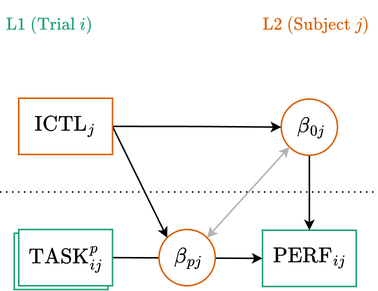
This is diagrams/repeated_measures2.png from jmgirard/psyc894, a draw.io export, as it was before one commit. Source tidied: cells renumbered, new cells last; positions are measured from the earlier drawing's top-left corner, leaving out a move shared by most shapes. Source of this version:
```xml
<mxGraphModel math="1">
  <root>
    <mxCell id="0" />
    <mxCell id="1" parent="0" />
    <mxCell id="2" style="rounded=0;whiteSpace=wrap;html=1;fontSize=12;strokeWidth=1;fontFamily=Lucida Console;strokeColor=#1B9E77;" parent="1" vertex="1">
      <mxGeometry x="9.5" y="152.5" width="62.5" height="37.5" as="geometry" />
    </mxCell>
    <mxCell id="3" value="$$\text{PERF}_{ij}$$" style="rounded=0;whiteSpace=wrap;html=1;fontSize=12;strokeWidth=1;fontFamily=Lucida Console;strokeColor=#1B9E77;" parent="1" vertex="1">
      <mxGeometry x="175" y="150.5" width="62.5" height="37.5" as="geometry" />
    </mxCell>
    <mxCell id="4" style="edgeStyle=orthogonalEdgeStyle;rounded=0;jettySize=auto;html=1;entryX=0.5;entryY=0;entryDx=0;entryDy=0;strokeWidth=1;strokeColor=#000000;startSize=4;endSize=4;" parent="1" edge="1" source="6" target="3">
      <mxGeometry relative="1" as="geometry" />
    </mxCell>
    <mxCell id="5" style="endArrow=none;dashed=1;html=1;dashPattern=1 3;strokeWidth=1;rounded=0;" parent="1" edge="1">
      <mxGeometry relative="1" as="geometry">
        <mxPoint y="125" as="sourcePoint" />
        <mxPoint x="250" y="125" as="targetPoint" />
      </mxGeometry>
    </mxCell>
    <mxCell id="6" value="$$\beta_{0j}$$" style="ellipse;whiteSpace=wrap;html=1;strokeWidth=1;strokeColor=#D95F02;fontSize=12;fontFamily=Lucida Console;" parent="1" vertex="1">
      <mxGeometry x="187.5" y="63" width="37.5" height="37.5" as="geometry" />
    </mxCell>
    <mxCell id="7" value="$$\text{L2 (Subject }j)$$" style="text;html=1;whiteSpace=wrap;strokeColor=none;fillColor=none;align=right;verticalAlign=middle;rounded=0;fontSize=10;fontColor=#D95F02;" parent="1" vertex="1">
      <mxGeometry x="125" width="125" height="25" as="geometry" />
    </mxCell>
    <mxCell id="8" value="$$\text{L1 (Trial }i)$$" style="text;html=1;whiteSpace=wrap;strokeColor=none;fillColor=none;align=left;verticalAlign=middle;rounded=0;fontSize=10;fontColor=#1B9E77;" parent="1" vertex="1">
      <mxGeometry width="125" height="25" as="geometry" />
    </mxCell>
    <mxCell id="9" style="rounded=0;jettySize=auto;html=1;exitX=1;exitY=0.5;exitDx=0;exitDy=0;entryX=0;entryY=0.5;entryDx=0;entryDy=0;startSize=4;endSize=4;" parent="1" edge="1" source="10" target="3">
      <mxGeometry relative="1" as="geometry" />
    </mxCell>
    <mxCell id="10" value="$$\text{TASK}_{ij}^p$$" style="rounded=0;whiteSpace=wrap;html=1;fontSize=12;strokeWidth=1;fontFamily=Lucida Console;strokeColor=#1B9E77;" parent="1" vertex="1">
      <mxGeometry x="12.5" y="150" width="62.5" height="37.5" as="geometry" />
    </mxCell>
    <mxCell id="11" style="rounded=0;jettySize=auto;html=1;exitX=1;exitY=0;exitDx=0;exitDy=0;entryX=0;entryY=1;entryDx=0;entryDy=0;startArrow=classic;startFill=1;startSize=4;endSize=4;strokeColor=#B3B3B3;" parent="1" edge="1" source="12" target="6">
      <mxGeometry relative="1" as="geometry" />
    </mxCell>
    <mxCell id="12" value="$$\beta_{pj}$$" style="ellipse;whiteSpace=wrap;html=1;strokeWidth=1;strokeColor=#D95F02;fontSize=12;fontFamily=Lucida Console;" parent="1" vertex="1">
      <mxGeometry x="106" y="150" width="37.5" height="37.5" as="geometry" />
    </mxCell>
    <mxCell id="13" style="edgeStyle=orthogonalEdgeStyle;rounded=0;jettySize=auto;html=1;exitX=1;exitY=0.5;exitDx=0;exitDy=0;entryX=0;entryY=0.5;entryDx=0;entryDy=0;startSize=4;endSize=4;" parent="1" edge="1" source="15" target="6">
      <mxGeometry relative="1" as="geometry" />
    </mxCell>
    <mxCell id="14" style="rounded=0;jettySize=auto;html=1;exitX=1;exitY=0.5;exitDx=0;exitDy=0;entryX=0;entryY=0;entryDx=0;entryDy=0;startSize=4;endSize=4;" parent="1" edge="1" source="15" target="12">
      <mxGeometry relative="1" as="geometry" />
    </mxCell>
    <mxCell id="15" value="$$\text{ICTL}_j$$" style="rounded=0;whiteSpace=wrap;html=1;fontSize=12;strokeWidth=1;fontFamily=Lucida Console;strokeColor=#D95F02;" parent="1" vertex="1">
      <mxGeometry x="12.5" y="62.5" width="62.5" height="37.5" as="geometry" />
    </mxCell>
  </root>
</mxGraphModel>
```
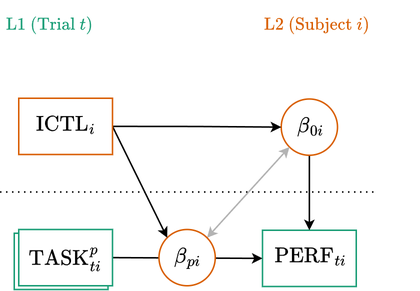
The same file after the commit.

What changed in the source:
```diff
@@ -5,7 +5,7 @@
     <mxCell id="2" style="rounded=0;whiteSpace=wrap;html=1;fontSize=12;strokeWidth=1;fontFamily=Lucida Console;strokeColor=#1B9E77;" parent="1" vertex="1">
       <mxGeometry x="9.5" y="152.5" width="62.5" height="37.5" as="geometry" />
     </mxCell>
-    <mxCell id="3" value="$$\text{PERF}_{ij}$$" style="rounded=0;whiteSpace=wrap;html=1;fontSize=12;strokeWidth=1;fontFamily=Lucida Console;strokeColor=#1B9E77;" parent="1" vertex="1">
+    <mxCell id="3" value="$$\text{PERF}_{ti}$$" style="rounded=0;whiteSpace=wrap;html=1;fontSize=12;strokeWidth=1;fontFamily=Lucida Console;strokeColor=#1B9E77;" parent="1" vertex="1">
       <mxGeometry x="175" y="150.5" width="62.5" height="37.5" as="geometry" />
     </mxCell>
     <mxCell id="4" style="edgeStyle=orthogonalEdgeStyle;rounded=0;jettySize=auto;html=1;entryX=0.5;entryY=0;entryDx=0;entryDy=0;strokeWidth=1;strokeColor=#000000;startSize=4;endSize=4;" parent="1" edge="1" source="6" target="3">
@@ -17,25 +17,25 @@
         <mxPoint x="250" y="125" as="targetPoint" />
       </mxGeometry>
     </mxCell>
-    <mxCell id="6" value="$$\beta_{0j}$$" style="ellipse;whiteSpace=wrap;html=1;strokeWidth=1;strokeColor=#D95F02;fontSize=12;fontFamily=Lucida Console;" parent="1" vertex="1">
+    <mxCell id="6" value="$$\beta_{0i}$$" style="ellipse;whiteSpace=wrap;html=1;strokeWidth=1;strokeColor=#D95F02;fontSize=12;fontFamily=Lucida Console;" parent="1" vertex="1">
       <mxGeometry x="187.5" y="63" width="37.5" height="37.5" as="geometry" />
     </mxCell>
-    <mxCell id="7" value="$$\text{L2 (Subject }j)$$" style="text;html=1;whiteSpace=wrap;strokeColor=none;fillColor=none;align=right;verticalAlign=middle;rounded=0;fontSize=10;fontColor=#D95F02;" parent="1" vertex="1">
+    <mxCell id="7" value="$$\text{L2 (Subject }i)$$" style="text;html=1;whiteSpace=wrap;strokeColor=none;fillColor=none;align=right;verticalAlign=middle;rounded=0;fontSize=10;fontColor=#D95F02;" parent="1" vertex="1">
       <mxGeometry x="125" width="125" height="25" as="geometry" />
     </mxCell>
-    <mxCell id="8" value="$$\text{L1 (Trial }i)$$" style="text;html=1;whiteSpace=wrap;strokeColor=none;fillColor=none;align=left;verticalAlign=middle;rounded=0;fontSize=10;fontColor=#1B9E77;" parent="1" vertex="1">
+    <mxCell id="8" value="$$\text{L1 (Trial }t)$$" style="text;html=1;whiteSpace=wrap;strokeColor=none;fillColor=none;align=left;verticalAlign=middle;rounded=0;fontSize=10;fontColor=#1B9E77;" parent="1" vertex="1">
       <mxGeometry width="125" height="25" as="geometry" />
     </mxCell>
     <mxCell id="9" style="rounded=0;jettySize=auto;html=1;exitX=1;exitY=0.5;exitDx=0;exitDy=0;entryX=0;entryY=0.5;entryDx=0;entryDy=0;startSize=4;endSize=4;" parent="1" edge="1" source="10" target="3">
       <mxGeometry relative="1" as="geometry" />
     </mxCell>
-    <mxCell id="10" value="$$\text{TASK}_{ij}^p$$" style="rounded=0;whiteSpace=wrap;html=1;fontSize=12;strokeWidth=1;fontFamily=Lucida Console;strokeColor=#1B9E77;" parent="1" vertex="1">
+    <mxCell id="10" value="$$\text{TASK}_{ti}^p$$" style="rounded=0;whiteSpace=wrap;html=1;fontSize=12;strokeWidth=1;fontFamily=Lucida Console;strokeColor=#1B9E77;" parent="1" vertex="1">
       <mxGeometry x="12.5" y="150" width="62.5" height="37.5" as="geometry" />
     </mxCell>
     <mxCell id="11" style="rounded=0;jettySize=auto;html=1;exitX=1;exitY=0;exitDx=0;exitDy=0;entryX=0;entryY=1;entryDx=0;entryDy=0;startArrow=classic;startFill=1;startSize=4;endSize=4;strokeColor=#B3B3B3;" parent="1" edge="1" source="12" target="6">
       <mxGeometry relative="1" as="geometry" />
     </mxCell>
-    <mxCell id="12" value="$$\beta_{pj}$$" style="ellipse;whiteSpace=wrap;html=1;strokeWidth=1;strokeColor=#D95F02;fontSize=12;fontFamily=Lucida Console;" parent="1" vertex="1">
+    <mxCell id="12" value="$$\beta_{pi}$$" style="ellipse;whiteSpace=wrap;html=1;strokeWidth=1;strokeColor=#D95F02;fontSize=12;fontFamily=Lucida Console;" parent="1" vertex="1">
       <mxGeometry x="106" y="150" width="37.5" height="37.5" as="geometry" />
     </mxCell>
     <mxCell id="13" style="edgeStyle=orthogonalEdgeStyle;rounded=0;jettySize=auto;html=1;exitX=1;exitY=0.5;exitDx=0;exitDy=0;entryX=0;entryY=0.5;entryDx=0;entryDy=0;startSize=4;endSize=4;" parent="1" edge="1" source="15" target="6">
@@ -44,7 +44,7 @@
     <mxCell id="14" style="rounded=0;jettySize=auto;html=1;exitX=1;exitY=0.5;exitDx=0;exitDy=0;entryX=0;entryY=0;entryDx=0;entryDy=0;startSize=4;endSize=4;" parent="1" edge="1" source="15" target="12">
       <mxGeometry relative="1" as="geometry" />
     </mxCell>
-    <mxCell id="15" value="$$\text{ICTL}_j$$" style="rounded=0;whiteSpace=wrap;html=1;fontSize=12;strokeWidth=1;fontFamily=Lucida Console;strokeColor=#D95F02;" parent="1" vertex="1">
+    <mxCell id="15" value="$$\text{ICTL}_i$$" style="rounded=0;whiteSpace=wrap;html=1;fontSize=12;strokeWidth=1;fontFamily=Lucida Console;strokeColor=#D95F02;" parent="1" vertex="1">
       <mxGeometry x="12.5" y="62.5" width="62.5" height="37.5" as="geometry" />
     </mxCell>
   </root>
```
